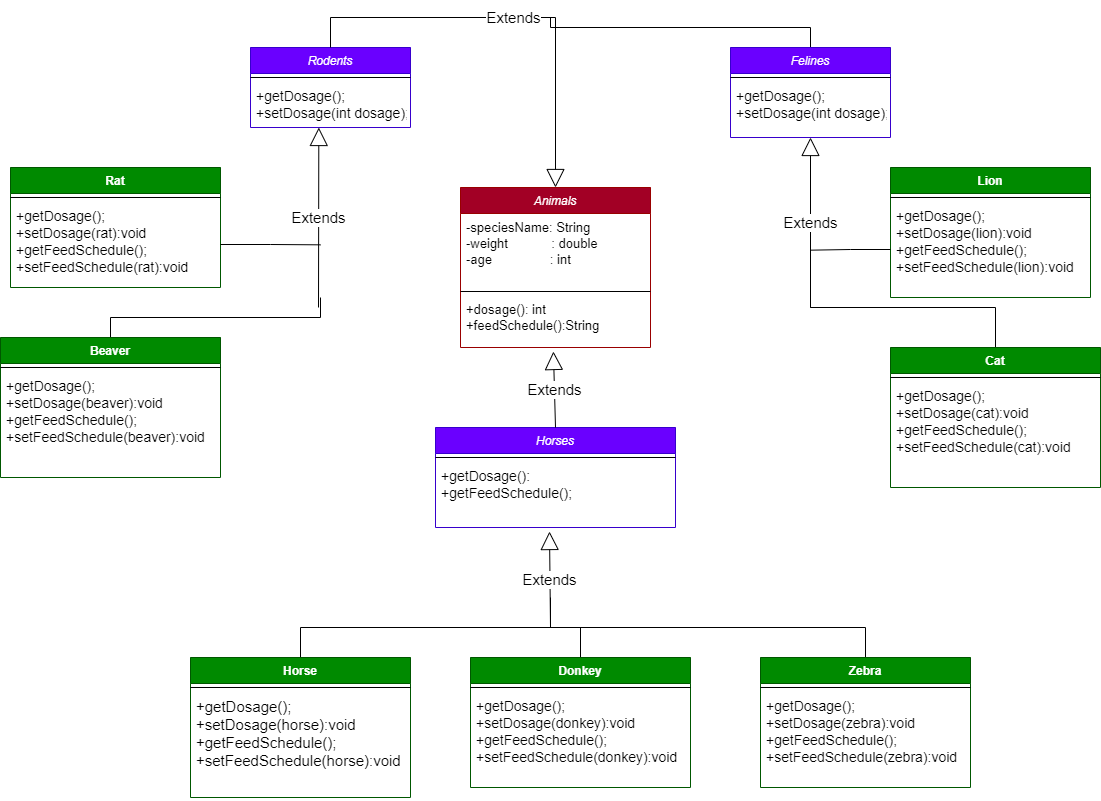
This is src/ZooDiagramdrawio.png from sebadogan/Java101-NotOrtalamasi, a draw.io export, as it was before one commit. Source tidied: cells renumbered, new cells last; positions are measured from the earlier drawing's top-left corner, leaving out a move shared by most shapes.
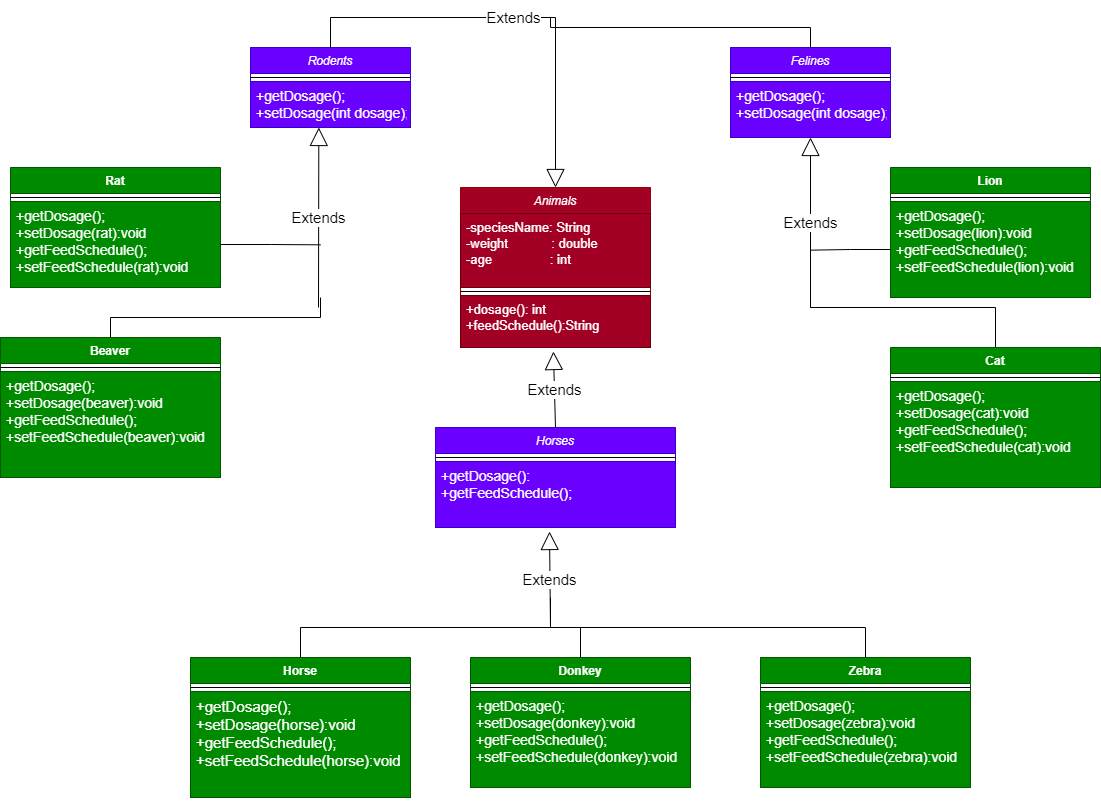
The same diagram one commit later.

Diff of the diagram source:
```diff
@@ -1,17 +1,17 @@
-<mxGraphModel>
+<mxGraphModel background="#000000">
   <root>
     <mxCell id="0" />
     <mxCell id="1" parent="0" />
     <mxCell id="2" value="Animals&#10;" style="swimlane;fontStyle=2;align=center;verticalAlign=top;horizontal=1;startSize=26;fillColor=#a20025;fontColor=#ffffff;strokeColor=#990000;" parent="1" vertex="1">
       <mxGeometry x="460" y="170" width="190" height="160" as="geometry" />
     </mxCell>
-    <mxCell id="3" value="-speciesName: String&#10;-weight            : double&#10;-age                : int" style="text;strokeColor=none;fillColor=none;align=left;verticalAlign=top;spacingLeft=4;spacingRight=4;overflow=hidden;fontSize=13;" parent="2" vertex="1">
+    <mxCell id="3" value="-speciesName: String&#10;-weight            : double&#10;-age                : int" style="text;strokeColor=#6F0000;fillColor=#a20025;align=left;verticalAlign=top;spacingLeft=4;spacingRight=4;overflow=hidden;fontSize=13;fontColor=#ffffff;" parent="2" vertex="1">
       <mxGeometry y="26" width="190" height="74" as="geometry" />
     </mxCell>
     <mxCell id="4" style="line;strokeWidth=1;fillColor=none;align=left;verticalAlign=middle;spacingTop=-1;spacingLeft=3;spacingRight=3;labelPosition=right;" parent="2" vertex="1">
       <mxGeometry y="100" width="190" height="8" as="geometry" />
     </mxCell>
-    <mxCell id="5" value="+dosage(): int &#10;+feedSchedule():String" style="text;strokeColor=none;fillColor=none;align=left;verticalAlign=top;spacingLeft=4;spacingRight=4;overflow=hidden;points=[[0,0.5],[1,0.5]];portConstraint=eastwest;fontSize=13;" parent="2" vertex="1">
+    <mxCell id="5" value="+dosage(): int &#10;+feedSchedule():String" style="text;strokeColor=#6F0000;fillColor=#a20025;align=left;verticalAlign=top;spacingLeft=4;spacingRight=4;overflow=hidden;points=[[0,0.5],[1,0.5]];portConstraint=eastwest;fontSize=13;fontColor=#ffffff;" parent="2" vertex="1">
       <mxGeometry y="108" width="190" height="52" as="geometry" />
     </mxCell>
     <mxCell id="6" value="Rodents" style="swimlane;fontStyle=2;align=center;verticalAlign=top;horizontal=1;startSize=26;strokeColor=#3700CC;fillColor=#6a00ff;fontColor=#ffffff;" parent="1" vertex="1">
@@ -20,7 +20,7 @@
     <mxCell id="7" style="line;strokeWidth=1;fillColor=none;align=left;verticalAlign=middle;spacingTop=-1;spacingLeft=3;spacingRight=3;labelPosition=right;" parent="6" vertex="1">
       <mxGeometry y="26" width="160" height="8" as="geometry" />
     </mxCell>
-    <mxCell id="8" value="+getDosage();&#10;+setDosage(int dosage);" style="text;strokeColor=none;fillColor=none;align=left;verticalAlign=top;spacingLeft=4;spacingRight=4;overflow=hidden;points=[[0,0.5],[1,0.5]];portConstraint=eastwest;fontSize=14;" parent="6" vertex="1">
+    <mxCell id="8" value="+getDosage();&#10;+setDosage(int dosage);" style="text;strokeColor=#3700CC;fillColor=#6a00ff;align=left;verticalAlign=top;spacingLeft=4;spacingRight=4;overflow=hidden;points=[[0,0.5],[1,0.5]];portConstraint=eastwest;fontSize=14;fontColor=#ffffff;" parent="6" vertex="1">
       <mxGeometry y="34" width="160" height="46" as="geometry" />
     </mxCell>
     <mxCell id="9" style="edgeStyle=orthogonalEdgeStyle;rounded=0;jettySize=auto;html=1;exitX=0.5;exitY=0;exitDx=0;exitDy=0;fontSize=15;endArrow=none;endFill=0;" parent="1" edge="1" source="10">
@@ -34,7 +34,7 @@
     <mxCell id="11" style="line;strokeWidth=1;fillColor=none;align=left;verticalAlign=middle;spacingTop=-1;spacingLeft=3;spacingRight=3;labelPosition=right;" parent="10" vertex="1">
       <mxGeometry y="26" width="210" height="8" as="geometry" />
     </mxCell>
-    <mxCell id="12" value="+getDosage();&#10;+setDosage(cat):void&#10;+getFeedSchedule();&#10;+setFeedSchedule(cat):void" style="text;strokeColor=none;fillColor=none;align=left;verticalAlign=top;spacingLeft=4;spacingRight=4;overflow=hidden;fontSize=14;" parent="10" vertex="1">
+    <mxCell id="12" value="+getDosage();&#10;+setDosage(cat):void&#10;+getFeedSchedule();&#10;+setFeedSchedule(cat):void" style="text;strokeColor=#005700;fillColor=#008a00;align=left;verticalAlign=top;spacingLeft=4;spacingRight=4;overflow=hidden;fontSize=14;fontColor=#ffffff;" parent="10" vertex="1">
       <mxGeometry y="34" width="210" height="106" as="geometry" />
     </mxCell>
     <mxCell id="13" value="Lion" style="swimlane;fontStyle=1;align=center;verticalAlign=top;horizontal=1;startSize=26;strokeColor=#005700;fillColor=#008a00;fontColor=#ffffff;" parent="1" vertex="1">
@@ -43,7 +43,7 @@
     <mxCell id="14" style="line;strokeWidth=1;fillColor=none;align=left;verticalAlign=middle;spacingTop=-1;spacingLeft=3;spacingRight=3;labelPosition=right;" parent="13" vertex="1">
       <mxGeometry y="26" width="200" height="8" as="geometry" />
     </mxCell>
-    <mxCell id="15" value="+getDosage();&#10;+setDosage(lion):void&#10;+getFeedSchedule();&#10;+setFeedSchedule(lion):void" style="text;strokeColor=none;fillColor=none;align=left;verticalAlign=top;spacingLeft=4;spacingRight=4;overflow=hidden;points=[[0,0.5],[1,0.5]];portConstraint=eastwest;fontSize=14;" parent="13" vertex="1">
+    <mxCell id="15" value="+getDosage();&#10;+setDosage(lion):void&#10;+getFeedSchedule();&#10;+setFeedSchedule(lion):void" style="text;strokeColor=#005700;fillColor=#008a00;align=left;verticalAlign=top;spacingLeft=4;spacingRight=4;overflow=hidden;points=[[0,0.5],[1,0.5]];portConstraint=eastwest;fontSize=14;fontColor=#ffffff;" parent="13" vertex="1">
       <mxGeometry y="34" width="200" height="96" as="geometry" />
     </mxCell>
     <mxCell id="16" style="edgeStyle=orthogonalEdgeStyle;rounded=0;jettySize=auto;html=1;exitX=0.5;exitY=0;exitDx=0;exitDy=0;fontSize=15;endArrow=none;endFill=0;" parent="1" edge="1" source="17">
@@ -61,7 +61,7 @@
     <mxCell id="18" style="line;strokeWidth=1;fillColor=none;align=left;verticalAlign=middle;spacingTop=-1;spacingLeft=3;spacingRight=3;labelPosition=right;" parent="17" vertex="1">
       <mxGeometry y="26" width="160" height="8" as="geometry" />
     </mxCell>
-    <mxCell id="19" value="+getDosage();&#10;+setDosage(int dosage);" style="text;strokeColor=none;fillColor=none;align=left;verticalAlign=top;spacingLeft=4;spacingRight=4;overflow=hidden;fontSize=14;" parent="17" vertex="1">
+    <mxCell id="19" value="+getDosage();&#10;+setDosage(int dosage);" style="text;strokeColor=#3700CC;fillColor=#6a00ff;align=left;verticalAlign=top;spacingLeft=4;spacingRight=4;overflow=hidden;fontSize=14;fontColor=#ffffff;" parent="17" vertex="1">
       <mxGeometry y="34" width="160" height="56" as="geometry" />
     </mxCell>
     <mxCell id="20" style="edgeStyle=orthogonalEdgeStyle;rounded=0;jettySize=auto;html=1;exitX=0.5;exitY=0;exitDx=0;exitDy=0;fontSize=15;endArrow=none;endFill=0;" parent="1" edge="1" source="21">
@@ -79,7 +79,7 @@
     <mxCell id="22" style="line;strokeWidth=1;fillColor=none;align=left;verticalAlign=middle;spacingTop=-1;spacingLeft=3;spacingRight=3;labelPosition=right;" parent="21" vertex="1">
       <mxGeometry y="26" width="220" height="8" as="geometry" />
     </mxCell>
-    <mxCell id="23" value="+getDosage();&#10;+setDosage(donkey):void&#10;+getFeedSchedule();&#10;+setFeedSchedule(donkey):void" style="text;strokeColor=none;fillColor=none;align=left;verticalAlign=top;spacingLeft=4;spacingRight=4;overflow=hidden;fontSize=14;" parent="21" vertex="1">
+    <mxCell id="23" value="+getDosage();&#10;+setDosage(donkey):void&#10;+getFeedSchedule();&#10;+setFeedSchedule(donkey):void" style="text;strokeColor=#005700;fillColor=#008a00;align=left;verticalAlign=top;spacingLeft=4;spacingRight=4;overflow=hidden;fontSize=14;fontColor=#ffffff;" parent="21" vertex="1">
       <mxGeometry y="34" width="220" height="96" as="geometry" />
     </mxCell>
     <mxCell id="24" style="edgeStyle=orthogonalEdgeStyle;rounded=0;jettySize=auto;html=1;exitX=0.5;exitY=0;exitDx=0;exitDy=0;fontSize=15;endArrow=none;endFill=0;" parent="1" edge="1" source="25">
@@ -97,7 +97,7 @@
     <mxCell id="26" style="line;strokeWidth=1;fillColor=none;align=left;verticalAlign=middle;spacingTop=-1;spacingLeft=3;spacingRight=3;labelPosition=right;" parent="25" vertex="1">
       <mxGeometry y="26" width="220" height="8" as="geometry" />
     </mxCell>
-    <mxCell id="27" value="+getDosage();&#10;+setDosage(horse):void&#10;+getFeedSchedule();&#10;+setFeedSchedule(horse):void" style="text;strokeColor=none;fillColor=none;align=left;verticalAlign=top;spacingLeft=4;spacingRight=4;overflow=hidden;fontSize=15;" parent="25" vertex="1">
+    <mxCell id="27" value="+getDosage();&#10;+setDosage(horse):void&#10;+getFeedSchedule();&#10;+setFeedSchedule(horse):void" style="text;strokeColor=#005700;fillColor=#008a00;align=left;verticalAlign=top;spacingLeft=4;spacingRight=4;overflow=hidden;fontSize=15;fontColor=#ffffff;" parent="25" vertex="1">
       <mxGeometry y="34" width="220" height="106" as="geometry" />
     </mxCell>
     <mxCell id="28" value="Horses" style="swimlane;fontStyle=2;align=center;verticalAlign=top;horizontal=1;startSize=26;strokeColor=#3700CC;fillColor=#6a00ff;fontColor=#ffffff;" parent="1" vertex="1">
@@ -106,7 +106,7 @@
     <mxCell id="29" style="line;strokeWidth=1;fillColor=none;align=left;verticalAlign=middle;spacingTop=-1;spacingLeft=3;spacingRight=3;labelPosition=right;" parent="28" vertex="1">
       <mxGeometry y="26" width="240" height="8" as="geometry" />
     </mxCell>
-    <mxCell id="30" value="+getDosage():&#10;+getFeedSchedule();" style="text;strokeColor=none;fillColor=none;align=left;verticalAlign=top;spacingLeft=4;spacingRight=4;overflow=hidden;points=[[0,0.5],[1,0.5]];portConstraint=eastwest;fontSize=14;" parent="28" vertex="1">
+    <mxCell id="30" value="+getDosage():&#10;+getFeedSchedule();" style="text;strokeColor=#3700CC;fillColor=#6a00ff;align=left;verticalAlign=top;spacingLeft=4;spacingRight=4;overflow=hidden;points=[[0,0.5],[1,0.5]];portConstraint=eastwest;fontSize=14;fontColor=#ffffff;" parent="28" vertex="1">
       <mxGeometry y="34" width="240" height="66" as="geometry" />
     </mxCell>
     <mxCell id="31" style="edgeStyle=orthogonalEdgeStyle;rounded=0;jettySize=auto;html=1;exitX=0.5;exitY=0;exitDx=0;exitDy=0;fontSize=15;endArrow=none;endFill=0;" parent="1" edge="1" source="32">
@@ -120,7 +120,7 @@
     <mxCell id="33" style="line;strokeWidth=1;fillColor=none;align=left;verticalAlign=middle;spacingTop=-1;spacingLeft=3;spacingRight=3;labelPosition=right;" parent="32" vertex="1">
       <mxGeometry y="26" width="210" height="8" as="geometry" />
     </mxCell>
-    <mxCell id="34" value="+getDosage();&#10;+setDosage(zebra):void&#10;+getFeedSchedule();&#10;+setFeedSchedule(zebra):void" style="text;strokeColor=none;fillColor=none;align=left;verticalAlign=top;spacingLeft=4;spacingRight=4;overflow=hidden;fontSize=14;" parent="32" vertex="1">
+    <mxCell id="34" value="+getDosage();&#10;+setDosage(zebra):void&#10;+getFeedSchedule();&#10;+setFeedSchedule(zebra):void" style="text;strokeColor=#005700;fillColor=#008a00;align=left;verticalAlign=top;spacingLeft=4;spacingRight=4;overflow=hidden;fontSize=14;fontColor=#ffffff;" parent="32" vertex="1">
       <mxGeometry y="34" width="210" height="96" as="geometry" />
     </mxCell>
     <mxCell id="35" value="Rat" style="swimlane;fontStyle=1;align=center;verticalAlign=top;horizontal=1;startSize=26;strokeColor=#005700;fillColor=#008a00;fontColor=#ffffff;" parent="1" vertex="1">
@@ -129,7 +129,7 @@
     <mxCell id="36" style="line;strokeWidth=1;fillColor=none;align=left;verticalAlign=middle;spacingTop=-1;spacingLeft=3;spacingRight=3;labelPosition=right;" parent="35" vertex="1">
       <mxGeometry y="26" width="210" height="8" as="geometry" />
     </mxCell>
-    <mxCell id="37" value="+getDosage();&#10;+setDosage(rat):void&#10;+getFeedSchedule();&#10;+setFeedSchedule(rat):void" style="text;strokeColor=none;fillColor=none;align=left;verticalAlign=top;spacingLeft=4;spacingRight=4;overflow=hidden;points=[[0,0.5],[1,0.5]];portConstraint=eastwest;fontSize=14;" parent="35" vertex="1">
+    <mxCell id="37" value="+getDosage();&#10;+setDosage(rat):void&#10;+getFeedSchedule();&#10;+setFeedSchedule(rat):void" style="text;strokeColor=#005700;fillColor=#008a00;align=left;verticalAlign=top;spacingLeft=4;spacingRight=4;overflow=hidden;points=[[0,0.5],[1,0.5]];portConstraint=eastwest;fontSize=14;fontColor=#ffffff;" parent="35" vertex="1">
       <mxGeometry y="34" width="210" height="86" as="geometry" />
     </mxCell>
     <mxCell id="38" style="edgeStyle=orthogonalEdgeStyle;rounded=0;jettySize=auto;html=1;exitX=0.5;exitY=0;exitDx=0;exitDy=0;fontSize=15;endArrow=none;endFill=0;" parent="1" edge="1" source="39">
@@ -143,7 +143,7 @@
     <mxCell id="40" style="line;strokeWidth=1;fillColor=none;align=left;verticalAlign=middle;spacingTop=-1;spacingLeft=3;spacingRight=3;labelPosition=right;" parent="39" vertex="1">
       <mxGeometry y="26" width="220" height="8" as="geometry" />
     </mxCell>
-    <mxCell id="41" value="+getDosage();&#10;+setDosage(beaver):void&#10;+getFeedSchedule();&#10;+setFeedSchedule(beaver):void" style="text;strokeColor=none;fillColor=none;align=left;verticalAlign=top;spacingLeft=4;spacingRight=4;overflow=hidden;fontSize=14;" parent="39" vertex="1">
+    <mxCell id="41" value="+getDosage();&#10;+setDosage(beaver):void&#10;+getFeedSchedule();&#10;+setFeedSchedule(beaver):void" style="text;strokeColor=#005700;fillColor=#008a00;align=left;verticalAlign=top;spacingLeft=4;spacingRight=4;overflow=hidden;fontSize=14;fontColor=#ffffff;" parent="39" vertex="1">
       <mxGeometry y="34" width="220" height="106" as="geometry" />
     </mxCell>
     <mxCell id="42" value="Extends" style="endArrow=block;endSize=16;endFill=0;html=1;rounded=0;fontSize=15;entryX=0.5;entryY=0;entryDx=0;entryDy=0;exitX=0.5;exitY=0;exitDx=0;exitDy=0;" parent="1" edge="1" source="6" target="2">
```
